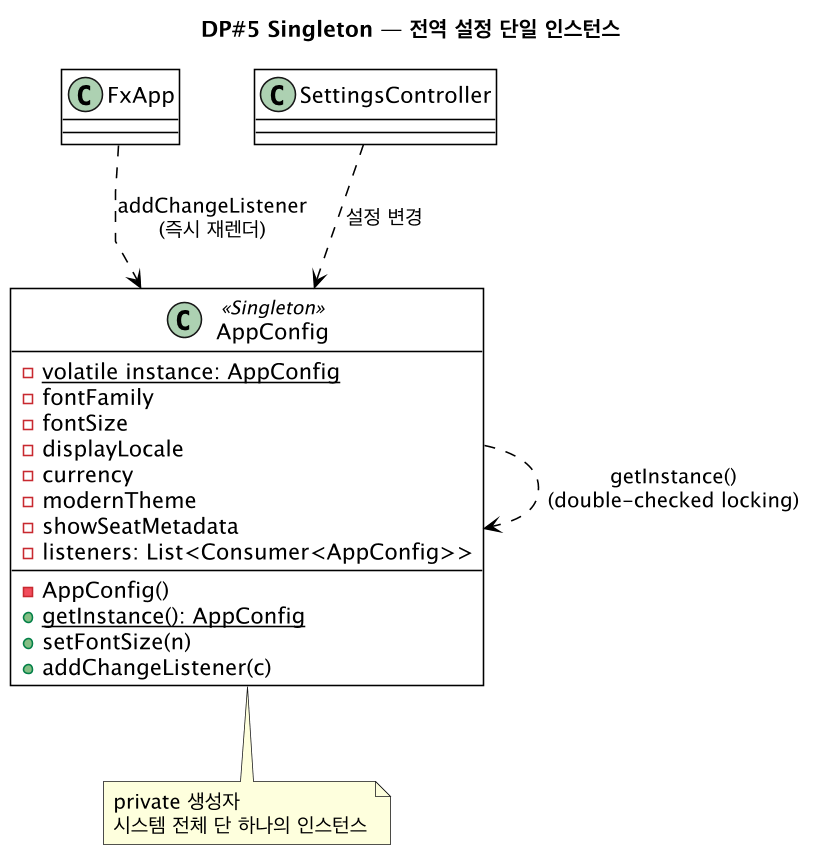
Before: docs/diagrams/iter4-puml/dp5-singleton.png, a diagram exported from PlantUML (gimjungwook/KoreanAirReservationDomain). The source it was exported from:
```plantuml
@startuml dp5-singleton
!include _style.puml
title DP#5 Singleton — 전역 설정 단일 인스턴스

class AppConfig <<Singleton>> {
  -{static} volatile instance: AppConfig
  -fontFamily
  -fontSize
  -displayLocale
  -currency
  -modernTheme
  -showSeatMetadata
  -listeners: List<Consumer<AppConfig>>
  -AppConfig()
  +{static} getInstance(): AppConfig
  +setFontSize(n)
  +addChangeListener(c)
}
class FxApp
class SettingsController

AppConfig ..> AppConfig : getInstance()\n(double-checked locking)
SettingsController ..> AppConfig : 설정 변경
FxApp ..> AppConfig : addChangeListener\n(즉시 재렌더)
note bottom of AppConfig : private 생성자\n시스템 전체 단 하나의 인스턴스
@enduml
```
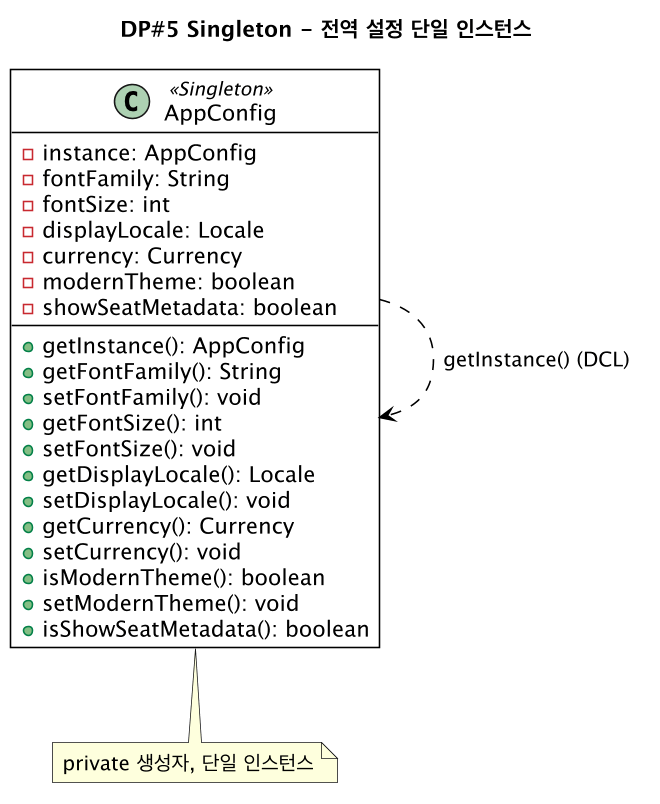
The same file after the commit.

What changed in the source:
```diff
@@ -1,26 +1,28 @@
 @startuml dp5-singleton
 !include _style.puml
-title DP#5 Singleton — 전역 설정 단일 인스턴스
-
+title DP#5 Singleton - 전역 설정 단일 인스턴스
 class AppConfig <<Singleton>> {
-  -{static} volatile instance: AppConfig
-  -fontFamily
-  -fontSize
-  -displayLocale
-  -currency
-  -modernTheme
-  -showSeatMetadata
-  -listeners: List<Consumer<AppConfig>>
-  -AppConfig()
-  +{static} getInstance(): AppConfig
-  +setFontSize(n)
-  +addChangeListener(c)
+  -instance: AppConfig
+  -fontFamily: String
+  -fontSize: int
+  -displayLocale: Locale
+  -currency: Currency
+  -modernTheme: boolean
+  -showSeatMetadata: boolean
+  --
+  +getInstance(): AppConfig
+  +getFontFamily(): String
+  +setFontFamily(): void
+  +getFontSize(): int
+  +setFontSize(): void
+  +getDisplayLocale(): Locale
+  +setDisplayLocale(): void
+  +getCurrency(): Currency
+  +setCurrency(): void
+  +isModernTheme(): boolean
+  +setModernTheme(): void
+  +isShowSeatMetadata(): boolean
 }
-class FxApp
-class SettingsController
-
-AppConfig ..> AppConfig : getInstance()\n(double-checked locking)
-SettingsController ..> AppConfig : 설정 변경
-FxApp ..> AppConfig : addChangeListener\n(즉시 재렌더)
-note bottom of AppConfig : private 생성자\n시스템 전체 단 하나의 인스턴스
+AppConfig ..> AppConfig : getInstance() (DCL)
+note bottom of AppConfig : private 생성자, 단일 인스턴스
 @enduml
```
